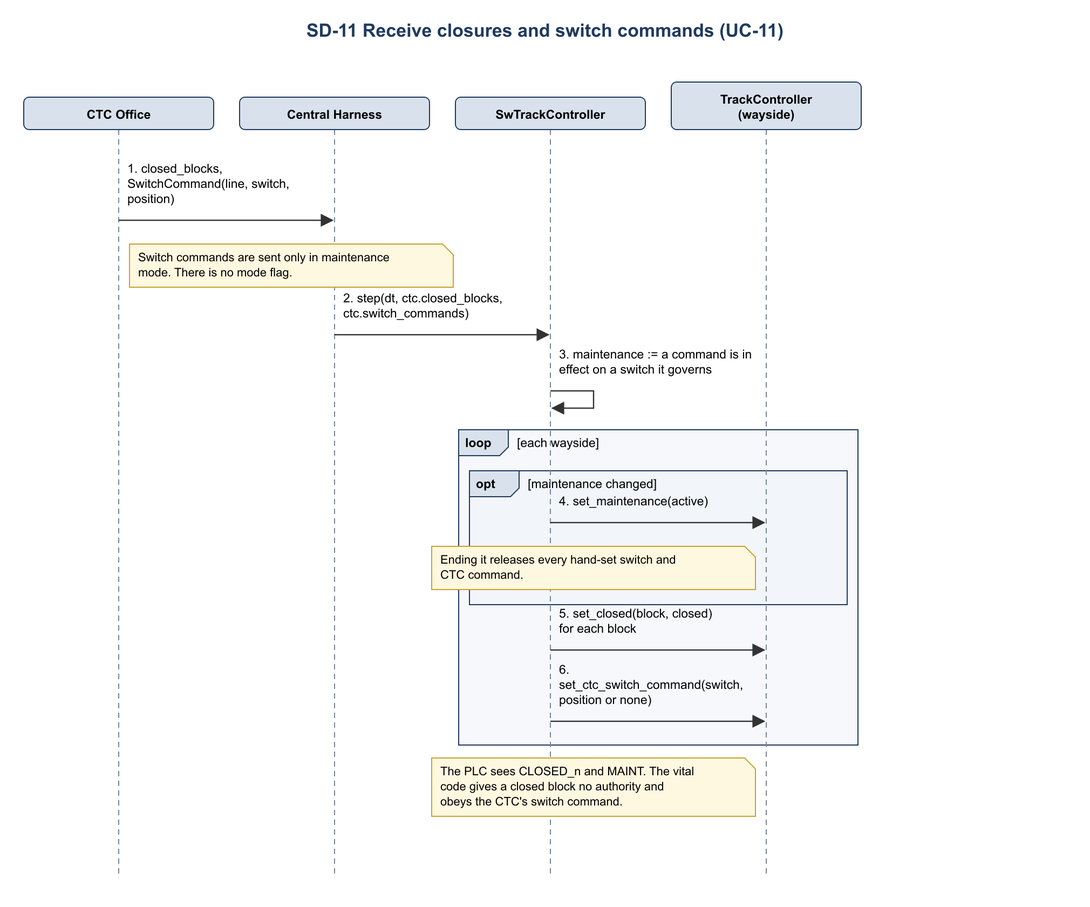
Landiss04/Track-Overflow keeps this Mermaid diagram as documents/uml/track_ctrl_sw/sequence/sd11_receive_closures_switch_commands.png. Above is the earlier version. Its source is kept beside it as documents/uml/track_ctrl_sw/sequence/sd11_receive_closures_switch_commands.mmd.
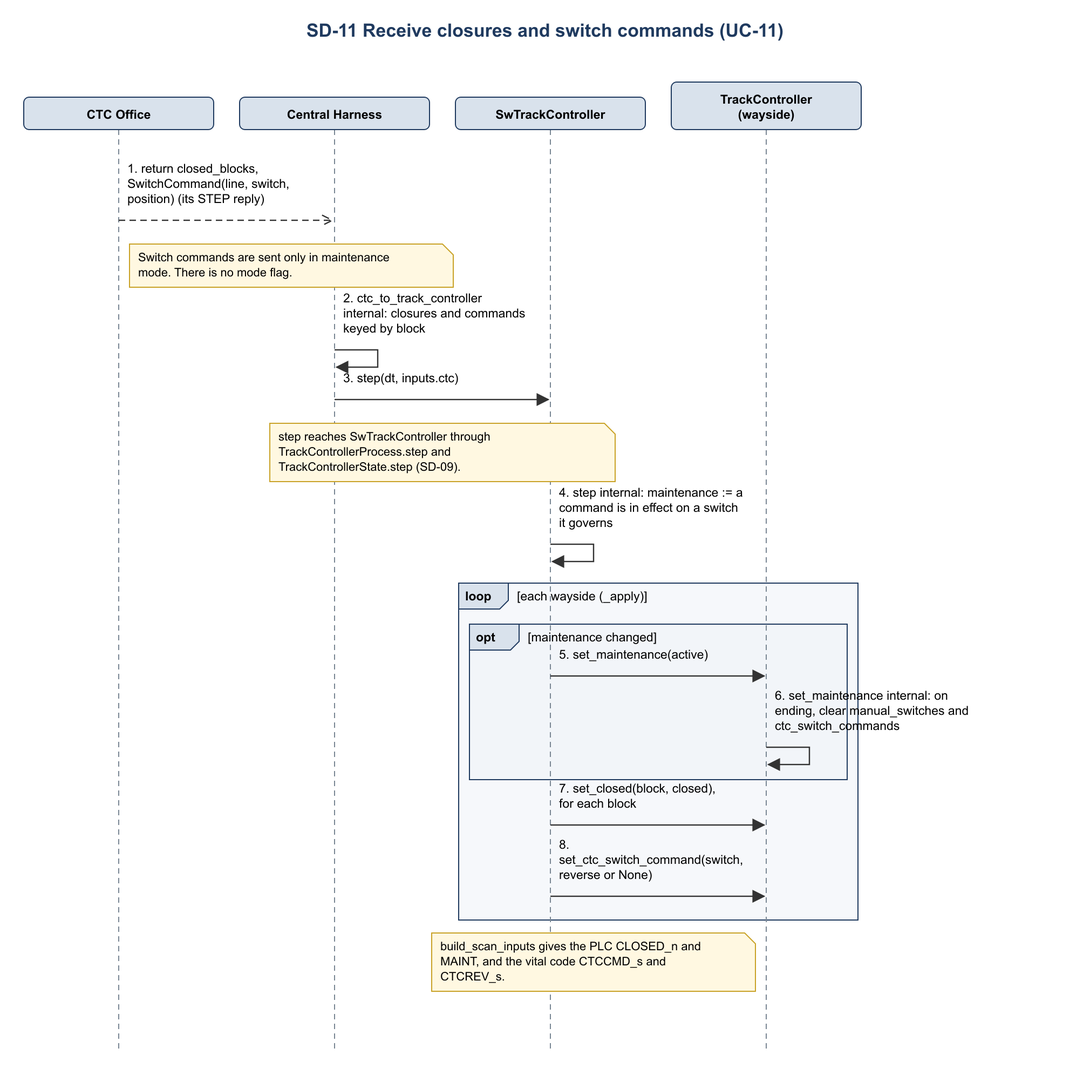
Later version of the same file.

Diff of the diagram source:
```diff
@@ -4,16 +4,18 @@
     participant H as Central Harness
     participant M as SwTrackController
     participant W as TrackController (wayside)
-    CTC->>H: closed_blocks, SwitchCommand(line, switch, position)
+    CTC-->>H: return closed_blocks, SwitchCommand(line, switch, position) (its STEP reply)
     Note right of CTC: Switch commands are sent only in maintenance mode. There is no mode flag.
-    H->>M: step(dt, ctc.closed_blocks, ctc.switch_commands)
-    M->>M: maintenance := a command is in effect on a switch it governs
-    loop each wayside
+    H->>H: ctc_to_track_controller internal: closures and commands keyed by block
+    H->>M: step(dt, inputs.ctc)
+    Note over H,M: step reaches SwTrackController through TrackControllerProcess.step and TrackControllerState.step (SD-09).
+    M->>M: step internal: maintenance := a command is in effect on a switch it governs
+    loop each wayside (_apply)
         opt maintenance changed
             M->>W: set_maintenance(active)
-            Note right of W: Ending it releases every hand-set switch and CTC command.
+            W->>W: set_maintenance internal: on ending, clear manual_switches and ctc_switch_commands
         end
-        M->>W: set_closed(block, closed) for each block
-        M->>W: set_ctc_switch_command(switch, position or none)
+        M->>W: set_closed(block, closed), for each block
+        M->>W: set_ctc_switch_command(switch, reverse or None)
     end
-    Note right of W: The PLC sees CLOSED_n and MAINT. The vital code gives a closed block no authority and obeys the CTC's switch command.
+    Note right of W: build_scan_inputs gives the PLC CLOSED_n and MAINT, and the vital code CTCCMD_s and CTCREV_s.
```
